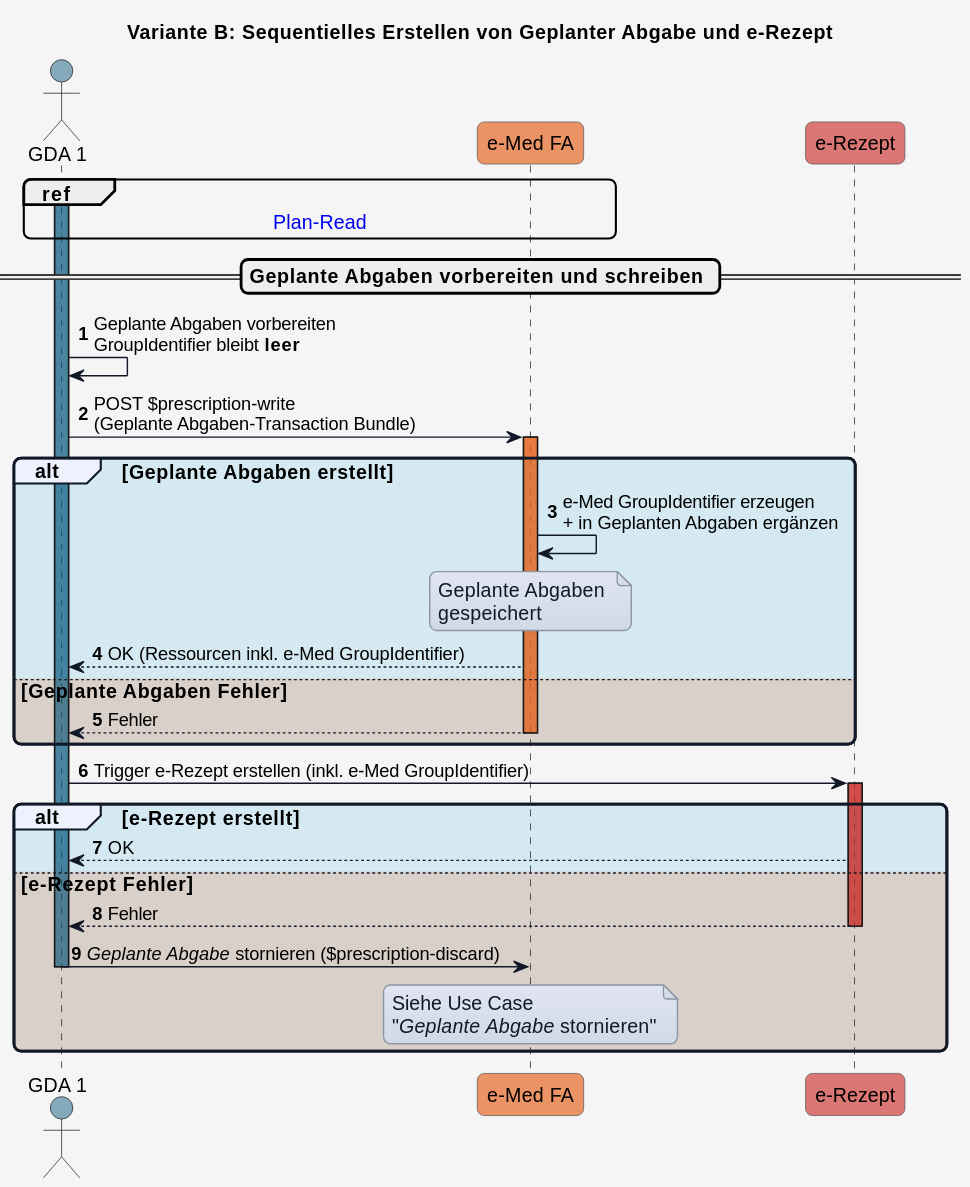
Before: input/images/plantuml/UC_eMed_04_01_b.svg, a diagram exported from PlantUML (HL7Austria/ELGA-e-Medikation-R4).
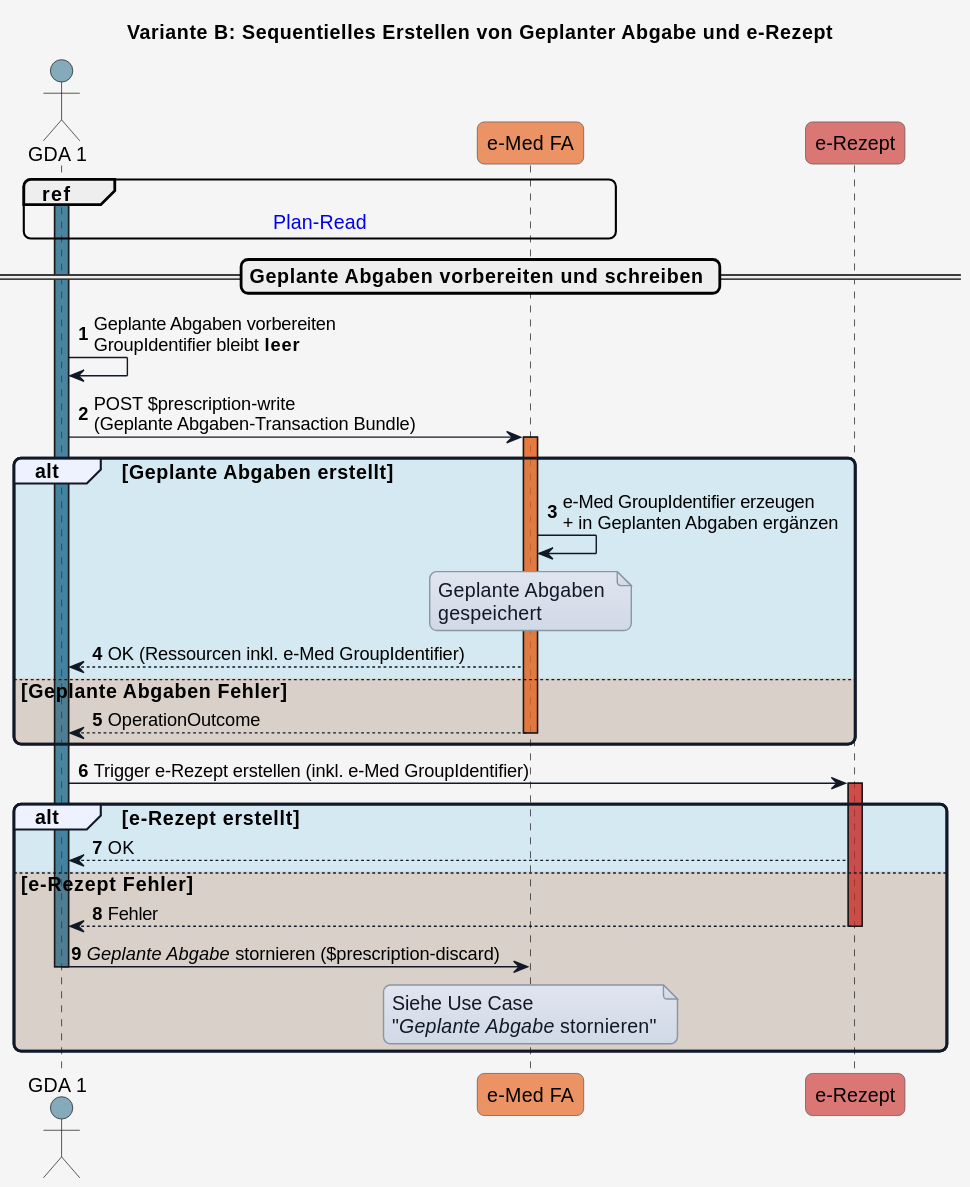
Above is the later version.

What changed in the source:
```diff
@@ -78,7 +78,7 @@
 
 
 else COLOR_ERROR Geplante Abgaben Fehler
-  eMed_FA --> GDA_1: Fehler
+  eMed_FA --> GDA_1: OperationOutcome
   deactivate eMed_FA
 
 end
```
